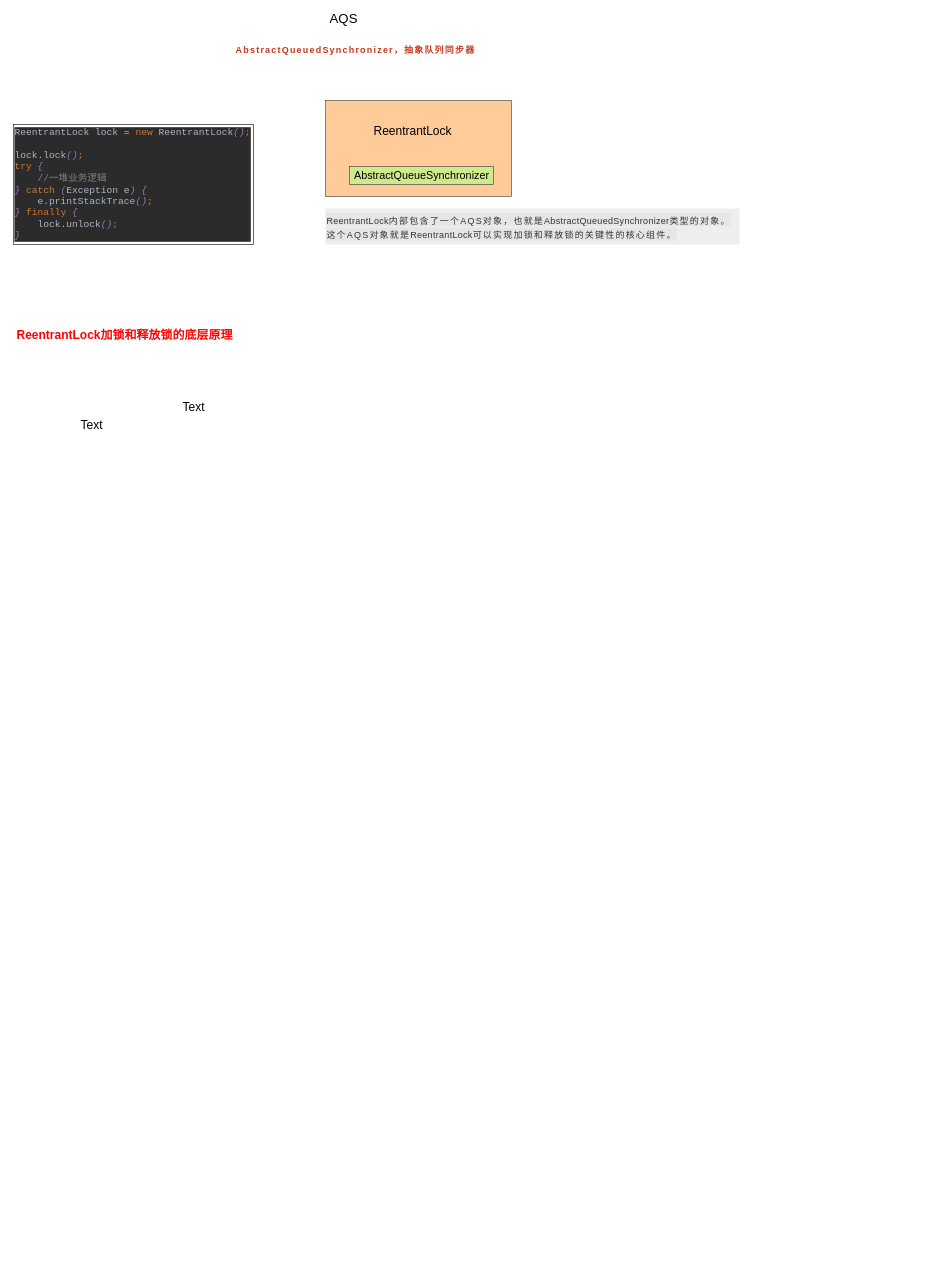
This is page "AQS" (7 of 7) of CI/CI/moeed.drawio from liudongdong0909/draw, a draw.io file, before an edit. Source tidied: cells renumbered, new cells numbered last; positions are measured from the earlier drawing's top-left corner, leaving out a move shared by most shapes. Both pictures are drawn from the tidied source at 60%, with x=0, y=0 at pixel (10, 10).
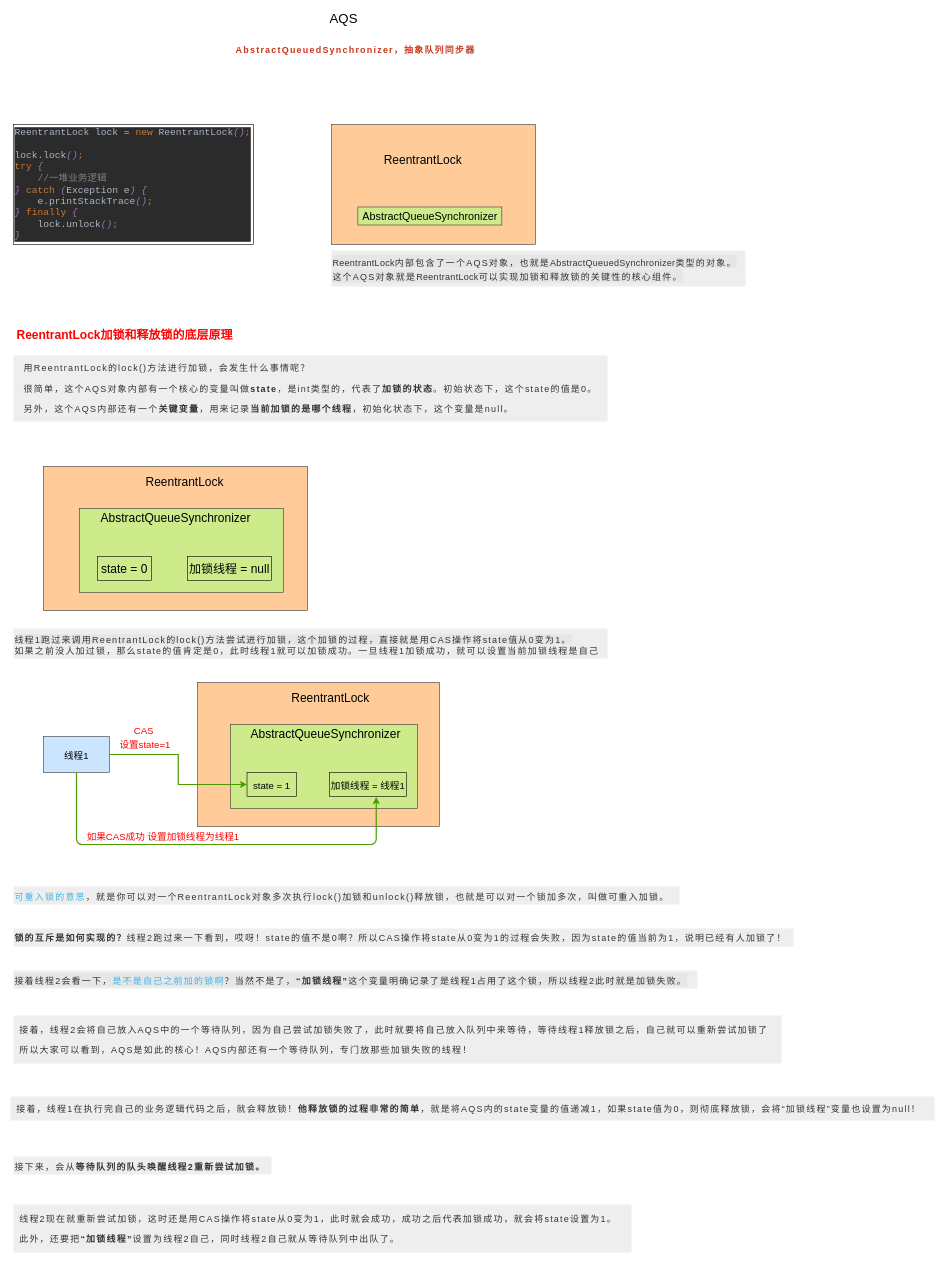
After the change.

Diff of the diagram source:
```diff
@@
     <mxCell id="5" style="group;" parent="1" vertex="1">
-      <mxGeometry x="525" y="150" width="310" height="160" as="geometry" />
+      <mxGeometry x="535" y="190" width="340" height="200" as="geometry" />
     </mxCell>
     <mxCell id="6" style="whiteSpace=wrap;html=1;fillColor=#ffcc99;fontSize=16;align=center;strokeColor=#36393d;" parent="5" vertex="1">
-      <mxGeometry width="310" height="160" as="geometry" />
+      <mxGeometry width="340" height="200" as="geometry" />
     </mxCell>
     <mxCell id="7" value="&lt;font style=&quot;font-size: 18px&quot;&gt;AbstractQueueSynchronizer&lt;/font&gt;" style="text;html=1;align=center;verticalAlign=middle;fontSize=16;fillColor=#cdeb8b;strokeColor=#36393d;" parent="5" vertex="1">
-      <mxGeometry x="40" y="110" width="240" height="30" as="geometry" />
+      <mxGeometry x="43.9" y="137.5" width="240" height="30" as="geometry" />
     </mxCell>
     <mxCell id="8" value="ReentrantLock" style="text;html=1;align=center;verticalAlign=middle;fontSize=20;fillColor=#ffcc99;" parent="5" vertex="1">
-      <mxGeometry x="70" y="35" width="150" height="30" as="geometry" />
+      <mxGeometry x="76.8" y="43.8" width="150" height="30" as="geometry" />
     </mxCell>
     <mxCell id="9" value="&lt;span style=&quot;background-color: rgb(230 , 230 , 230)&quot;&gt;&lt;span style=&quot;margin: 0px ; padding: 0px ; max-width: 100% ; color: rgb(51 , 51 , 51) ; font-size: 15px ; letter-spacing: 0.5px ; box-sizing: border-box ; overflow-wrap: break-word&quot;&gt;ReentrantLock&lt;/span&gt;&lt;span style=&quot;color: rgb(51 , 51 , 51) ; font-size: 15px ; letter-spacing: 2px&quot;&gt;内部包含了一个AQS对象，也就是&lt;/span&gt;&lt;span style=&quot;margin: 0px ; padding: 0px ; max-width: 100% ; color: rgb(51 , 51 , 51) ; font-size: 15px ; letter-spacing: 0.5px ; box-sizing: border-box ; overflow-wrap: break-word&quot;&gt;AbstractQueuedSynchronizer&lt;/span&gt;&lt;span style=&quot;color: rgb(51 , 51 , 51) ; font-size: 15px ; letter-spacing: 2px&quot;&gt;类型的对象。&lt;br&gt;这个AQS对象就是&lt;/span&gt;&lt;span style=&quot;margin: 0px ; padding: 0px ; max-width: 100% ; color: rgb(51 , 51 , 51) ; font-size: 15px ; letter-spacing: 0.5px ; box-sizing: border-box ; overflow-wrap: break-word&quot;&gt;ReentrantLock&lt;/span&gt;&lt;span style=&quot;color: rgb(51 , 51 , 51) ; font-size: 15px ; letter-spacing: 2px&quot;&gt;可以实现加锁和释放锁的关键性的核心组件。&lt;/span&gt;&lt;/span&gt;" style="text;html=1;align=left;verticalAlign=middle;fontSize=20;fillColor=#eeeeee;" parent="1" vertex="1">
-      <mxGeometry x="525" y="330" width="690" height="60" as="geometry" />
+      <mxGeometry x="535" y="400" width="690" height="60" as="geometry" />
     </mxCell>
@@
-    <mxCell id="11" value="&lt;font color=&quot;#000000&quot;&gt;Text&lt;/font&gt;" style="text;html=1;align=center;verticalAlign=middle;fontSize=20;fontColor=#FF0000;" parent="1" vertex="1">
-      <mxGeometry x="110" y="675" width="50" height="30" as="geometry" />
-    </mxCell>
-    <mxCell id="12" value="&lt;font color=&quot;#000000&quot;&gt;Text&lt;/font&gt;" style="text;html=1;align=center;verticalAlign=middle;fontSize=20;fontColor=#FF0000;" parent="1" vertex="1">
-      <mxGeometry x="280" y="645" width="50" height="30" as="geometry" />
-    </mxCell>
+    <mxCell id="13" value="&lt;p style=&quot;margin: 0px 8px ; padding: 0px ; max-width: 100% ; clear: both ; min-height: 1em ; color: rgb(51 , 51 , 51) ; font-family: , &amp;#34;blinkmacsystemfont&amp;#34; , &amp;#34;helvetica neue&amp;#34; , &amp;#34;pingfang sc&amp;#34; , &amp;#34;hiragino sans gb&amp;#34; , &amp;#34;microsoft yahei ui&amp;#34; , &amp;#34;microsoft yahei&amp;#34; , &amp;#34;arial&amp;#34; , sans-serif ; font-size: 17px ; letter-spacing: 0.621714px ; text-align: justify ; line-height: 2em ; box-sizing: border-box ; overflow-wrap: break-word&quot;&gt;&lt;span style=&quot;margin: 0px ; padding: 0px ; max-width: 100% ; box-sizing: border-box ; word-wrap: break-word ; font-size: 15px ; letter-spacing: 2px&quot;&gt;用ReentrantLock的lock()方法进行加锁，会发生什么事情呢？&lt;/span&gt;&lt;/p&gt;&lt;p style=&quot;margin: 0px 8px ; padding: 0px ; max-width: 100% ; clear: both ; min-height: 1em ; color: rgb(51 , 51 , 51) ; font-family: , &amp;#34;blinkmacsystemfont&amp;#34; , &amp;#34;helvetica neue&amp;#34; , &amp;#34;pingfang sc&amp;#34; , &amp;#34;hiragino sans gb&amp;#34; , &amp;#34;microsoft yahei ui&amp;#34; , &amp;#34;microsoft yahei&amp;#34; , &amp;#34;arial&amp;#34; , sans-serif ; font-size: 17px ; letter-spacing: 0.621714px ; text-align: justify ; line-height: 2em ; box-sizing: border-box ; overflow-wrap: break-word&quot;&gt;&lt;span style=&quot;margin: 0px ; padding: 0px ; max-width: 100% ; box-sizing: border-box ; word-wrap: break-word ; font-size: 15px ; letter-spacing: 2px&quot;&gt;很简单，这个AQS对象内部有一个核心的变量叫做&lt;strong style=&quot;margin: 0px ; padding: 0px ; max-width: 100% ; box-sizing: border-box ; word-wrap: break-word&quot;&gt;state&lt;/strong&gt;，是int类型的，代表了&lt;strong style=&quot;margin: 0px ; padding: 0px ; max-width: 100% ; box-sizing: border-box ; word-wrap: break-word&quot;&gt;加锁的状态&lt;/strong&gt;。初始状态下，这个state的值是0。&lt;/span&gt;&lt;/p&gt;&lt;p style=&quot;margin: 0px 8px ; padding: 0px ; max-width: 100% ; clear: both ; min-height: 1em ; color: rgb(51 , 51 , 51) ; font-family: , &amp;#34;blinkmacsystemfont&amp;#34; , &amp;#34;helvetica neue&amp;#34; , &amp;#34;pingfang sc&amp;#34; , &amp;#34;hiragino sans gb&amp;#34; , &amp;#34;microsoft yahei ui&amp;#34; , &amp;#34;microsoft yahei&amp;#34; , &amp;#34;arial&amp;#34; , sans-serif ; font-size: 17px ; letter-spacing: 0.621714px ; text-align: justify ; line-height: 2em ; box-sizing: border-box ; overflow-wrap: break-word&quot;&gt;&lt;span style=&quot;margin: 0px ; padding: 0px ; max-width: 100% ; box-sizing: border-box ; word-wrap: break-word ; font-size: 15px ; letter-spacing: 2px&quot;&gt;另外，这个AQS内部还有一个&lt;strong style=&quot;margin: 0px ; padding: 0px ; max-width: 100% ; box-sizing: border-box ; word-wrap: break-word&quot;&gt;关键变量&lt;/strong&gt;，用来记录&lt;strong style=&quot;margin: 0px ; padding: 0px ; max-width: 100% ; box-sizing: border-box ; word-wrap: break-word&quot;&gt;当前加锁的是哪个线程&lt;/strong&gt;，初始化状态下，这个变量是null。&lt;/span&gt;&lt;/p&gt;" style="text;html=1;align=center;verticalAlign=middle;fontSize=20;fillColor=#eeeeee;" parent="1" vertex="1">
+      <mxGeometry x="5" y="575" width="990" height="110" as="geometry" />
+    </mxCell>
+    <mxCell id="14" value="&lt;span style=&quot;color: rgb(51 , 51 , 51) ; font-size: 15px ; letter-spacing: 2px ; background-color: rgb(230 , 230 , 230)&quot;&gt;线程1跑过来调用ReentrantLock的lock()方法尝试进行加锁，这个加锁的过程，直接就是用CAS操作将state值从0变为1。&lt;br&gt;&lt;div&gt;如果之前没人加过锁，那么state的值肯定是0，此时线程1就可以加锁成功。一旦线程1加锁成功，就可以设置当前加锁线程是自己&lt;/div&gt;&lt;/span&gt;" style="text;html=1;align=left;verticalAlign=middle;fontSize=20;fillColor=#eeeeee;" parent="1" vertex="1">
+      <mxGeometry x="5" y="1030" width="990" height="50" as="geometry" />
+    </mxCell>
+    <mxCell id="15" style="group;" parent="1" vertex="1">
+      <mxGeometry x="55" y="760" width="440" height="240" as="geometry" />
+    </mxCell>
+    <mxCell id="16" style="group;" parent="15" vertex="1">
+      <mxGeometry width="440" height="240" as="geometry" />
+    </mxCell>
+    <mxCell id="17" style="whiteSpace=wrap;html=1;fillColor=#ffcc99;fontSize=16;align=center;strokeColor=#36393d;" parent="16" vertex="1">
+      <mxGeometry width="440" height="240" as="geometry" />
+    </mxCell>
+    <mxCell id="18" value="ReentrantLock" style="text;html=1;align=center;verticalAlign=middle;fontSize=20;fillColor=#ffcc99;" parent="16" vertex="1">
+      <mxGeometry x="160" y="10" width="150" height="30" as="geometry" />
+    </mxCell>
+    <mxCell id="19" style="whiteSpace=wrap;html=1;fillColor=#cdeb8b;fontSize=20;align=center;strokeColor=#36393d;" parent="16" vertex="1">
+      <mxGeometry x="60" y="70" width="340" height="140" as="geometry" />
+    </mxCell>
+    <mxCell id="20" value="&lt;span&gt;&lt;font color=&quot;#000000&quot;&gt;AbstractQueueSynchronizer&lt;/font&gt;&lt;/span&gt;" style="text;html=1;align=center;verticalAlign=middle;fontSize=20;fontColor=#FF0000;" parent="16" vertex="1">
+      <mxGeometry x="85" y="70" width="270" height="30" as="geometry" />
+    </mxCell>
+    <mxCell id="21" value="&lt;font color=&quot;#000000&quot;&gt;state = 0&lt;/font&gt;" style="whiteSpace=wrap;html=1;fillColor=none;fontSize=20;fontColor=#FF0000;align=center;" parent="16" vertex="1">
+      <mxGeometry x="90" y="150" width="90" height="40" as="geometry" />
+    </mxCell>
+    <mxCell id="22" value="&lt;font color=&quot;#000000&quot;&gt;加锁线程 = null&lt;/font&gt;" style="whiteSpace=wrap;html=1;fillColor=none;fontSize=20;fontColor=#FF0000;align=center;" parent="16" vertex="1">
+      <mxGeometry x="240" y="150" width="140" height="40" as="geometry" />
+    </mxCell>
+    <mxCell id="23" value="&lt;span style=&quot;margin: 0px; padding: 0px; max-width: 100%; letter-spacing: 2px; font-size: 15px; color: rgb(64, 179, 230); box-sizing: border-box; overflow-wrap: break-word;&quot;&gt;可重入锁的意思&lt;/span&gt;&lt;span style=&quot;margin: 0px; padding: 0px; max-width: 100%; color: rgb(51, 51, 51); letter-spacing: 2px; font-size: 15px; box-sizing: border-box; overflow-wrap: break-word;&quot;&gt;，就是你可以对一个ReentrantLock对象多次执行lock()加锁和unlock()释放锁，也就是可以对一个锁加多次，叫做可重入加锁。&lt;/span&gt;" style="text;html=1;align=left;verticalAlign=middle;fontSize=20;fillColor=#eeeeee;" parent="1" vertex="1">
+      <mxGeometry x="5" y="1460" width="1110" height="30" as="geometry" />
+    </mxCell>
+    <mxCell id="24" value="&lt;strong style=&quot;margin: 0px; padding: 0px; max-width: 100%; color: rgb(51, 51, 51); font-size: 17px; letter-spacing: 2px; box-sizing: border-box; overflow-wrap: break-word;&quot;&gt;&lt;span style=&quot;margin: 0px ; padding: 0px ; max-width: 100% ; font-size: 15px ; box-sizing: border-box ; overflow-wrap: break-word&quot;&gt;锁的互斥是如何实现的？&lt;/span&gt;&lt;/strong&gt;&lt;span style=&quot;margin: 0px; padding: 0px; max-width: 100%; color: rgb(51, 51, 51); letter-spacing: 2px; font-size: 15px; box-sizing: border-box; overflow-wrap: break-word;&quot;&gt;线程2跑过来一下看到，哎呀！state的值不是0啊？所以CAS操作将state从0变为1的过程会失败，因为state的值当前为1，说明已经有人加锁了！&lt;/span&gt;" style="text;html=1;align=left;verticalAlign=middle;fontSize=20;fillColor=#eeeeee;" parent="1" vertex="1">
+      <mxGeometry x="5" y="1530" width="1300" height="30" as="geometry" />
+    </mxCell>
+    <mxCell id="25" value="&lt;span style=&quot;background-color: rgb(230 , 230 , 230)&quot;&gt;&lt;span style=&quot;color: rgb(51, 51, 51); font-size: 15px; letter-spacing: 2px;&quot;&gt;接着线程2会看一下，&lt;/span&gt;&lt;span style=&quot;margin: 0px; padding: 0px; max-width: 100%; font-size: 15px; letter-spacing: 2px; color: rgb(64, 179, 230); box-sizing: border-box; overflow-wrap: break-word;&quot;&gt;是不是自己之前加的锁啊&lt;/span&gt;&lt;span style=&quot;color: rgb(51, 51, 51); font-size: 15px; letter-spacing: 2px;&quot;&gt;？当然不是了，&lt;/span&gt;&lt;strong style=&quot;margin: 0px; padding: 0px; max-width: 100%; color: rgb(51, 51, 51); font-size: 15px; letter-spacing: 2px; box-sizing: border-box; overflow-wrap: break-word;&quot;&gt;“加锁线程”&lt;/strong&gt;&lt;span style=&quot;color: rgb(51, 51, 51); font-size: 15px; letter-spacing: 2px;&quot;&gt;这个变量明确记录了是线程1占用了这个锁，所以线程2此时就是加锁失败。&lt;/span&gt;&lt;/span&gt;" style="text;html=1;align=left;verticalAlign=middle;fontSize=20;fillColor=#eeeeee;" parent="1" vertex="1">
+      <mxGeometry x="5" y="1600" width="1140" height="30" as="geometry" />
+    </mxCell>
+    <mxCell id="26" value="&lt;p style=&quot;margin: 0px 8px; padding: 0px; max-width: 100%; clear: both; min-height: 1em; color: rgb(51, 51, 51); font-size: 17px; letter-spacing: 0.621714px; line-height: 2em; box-sizing: border-box; overflow-wrap: break-word;&quot;&gt;&lt;span style=&quot;margin: 0px ; padding: 0px ; max-width: 100% ; box-sizing: border-box ; word-wrap: break-word ; font-size: 15px ; letter-spacing: 2px&quot;&gt;接着，线程2会将自己放入AQS中的一个等待队列，因为自己尝试加锁失败了，此时就要将自己放入队列中来等待，等待线程1释放锁之后，自己就可以重新尝试加锁了&lt;/span&gt;&lt;/p&gt;&lt;p style=&quot;margin: 0px 8px; padding: 0px; max-width: 100%; clear: both; min-height: 1em; color: rgb(51, 51, 51); font-size: 17px; letter-spacing: 0.621714px; line-height: 2em; box-sizing: border-box; overflow-wrap: break-word;&quot;&gt;&lt;span style=&quot;margin: 0px ; padding: 0px ; max-width: 100% ; box-sizing: border-box ; word-wrap: break-word ; font-size: 15px ; letter-spacing: 2px&quot;&gt;所以大家可以看到，AQS是如此的核心！AQS内部还有一个等待队列，专门放那些加锁失败的线程！&lt;/span&gt;&lt;/p&gt;" style="text;html=1;align=left;verticalAlign=middle;fontSize=20;fillColor=#eeeeee;" parent="1" vertex="1">
+      <mxGeometry x="5" y="1675" width="1280" height="80" as="geometry" />
+    </mxCell>
+    <mxCell id="27" value="&lt;p style=&quot;margin: 0px 8px; padding: 0px; max-width: 100%; clear: both; min-height: 1em; color: rgb(51, 51, 51); font-size: 17px; letter-spacing: 0.621714px; line-height: 2em; box-sizing: border-box; overflow-wrap: break-word;&quot;&gt;&lt;span style=&quot;margin: 0px ; padding: 0px ; max-width: 100% ; box-sizing: border-box ; word-wrap: break-word ; font-size: 15px ; letter-spacing: 2px&quot;&gt;接着，线程1在执行完自己的业务逻辑代码之后，就会释放锁！&lt;strong style=&quot;margin: 0px ; padding: 0px ; max-width: 100% ; box-sizing: border-box ; word-wrap: break-word&quot;&gt;他释放锁的过程非常的简单&lt;/strong&gt;，就是将AQS内的state变量的值递减1，如果state值为0，则彻底释放锁，会将“加锁线程”变量也设置为null！&lt;/span&gt;&lt;/p&gt;" style="text;html=1;align=left;verticalAlign=middle;fontSize=20;fillColor=#eeeeee;" parent="1" vertex="1">
+      <mxGeometry y="1810" width="1540" height="40" as="geometry" />
+    </mxCell>
+    <mxCell id="28" value="&lt;span style=&quot;margin: 0px; padding: 0px; max-width: 100%; color: rgb(51, 51, 51); letter-spacing: 2px; font-size: 15px; box-sizing: border-box; overflow-wrap: break-word;&quot;&gt;接下来，会从&lt;/span&gt;&lt;strong style=&quot;margin: 0px; padding: 0px; max-width: 100%; color: rgb(51, 51, 51); letter-spacing: 2px; font-size: 15px; box-sizing: border-box; overflow-wrap: break-word;&quot;&gt;等待队列的队头唤醒线程2重新尝试加锁。&lt;/strong&gt;" style="text;html=1;align=left;verticalAlign=middle;fontSize=20;fillColor=#eeeeee;" parent="1" vertex="1">
+      <mxGeometry x="5" y="1910" width="430" height="30" as="geometry" />
+    </mxCell>
+    <mxCell id="29" value="&lt;p style=&quot;margin: 0px 8px; padding: 0px; max-width: 100%; clear: both; min-height: 1em; color: rgb(51, 51, 51); font-size: 17px; letter-spacing: 0.621714px; line-height: 2em; box-sizing: border-box; overflow-wrap: break-word;&quot;&gt;&lt;span style=&quot;margin: 0px ; padding: 0px ; max-width: 100% ; box-sizing: border-box ; word-wrap: break-word ; font-size: 15px ; letter-spacing: 2px&quot;&gt;线程2现在就重新尝试加锁，这时还是用CAS操作将state从0变为1，此时就会成功，成功之后代表加锁成功，就会将state设置为1。&lt;/span&gt;&lt;/p&gt;&lt;p style=&quot;margin: 0px 8px; padding: 0px; max-width: 100%; clear: both; min-height: 1em; color: rgb(51, 51, 51); font-size: 17px; letter-spacing: 0.621714px; line-height: 2em; box-sizing: border-box; overflow-wrap: break-word;&quot;&gt;&lt;span style=&quot;margin: 0px ; padding: 0px ; max-width: 100% ; box-sizing: border-box ; word-wrap: break-word ; font-size: 15px ; letter-spacing: 2px&quot;&gt;此外，还要把&lt;strong style=&quot;margin: 0px ; padding: 0px ; max-width: 100% ; box-sizing: border-box ; word-wrap: break-word&quot;&gt;“加锁线程”&lt;/strong&gt;设置为线程2自己，同时线程2自己就从等待队列中出队了。&lt;/span&gt;&lt;/p&gt;" style="text;html=1;align=left;verticalAlign=middle;fontSize=20;fillColor=#eeeeee;" parent="1" vertex="1">
+      <mxGeometry x="5" y="1990" width="1030" height="80" as="geometry" />
+    </mxCell>
+    <mxCell id="30" style="group;" parent="1" vertex="1">
+      <mxGeometry x="55" y="1120" width="660" height="270" as="geometry" />
+    </mxCell>
+    <mxCell id="31" style="group;" parent="30" vertex="1">
+      <mxGeometry width="660" height="270" as="geometry" />
+    </mxCell>
+    <mxCell id="32" style="group;" parent="31" vertex="1">
+      <mxGeometry x="256.7" width="403.3" height="240" as="geometry" />
+    </mxCell>
+    <mxCell id="33" style="group;" parent="32" vertex="1">
+      <mxGeometry width="403.3" height="240" as="geometry" />
+    </mxCell>
+    <mxCell id="34" style="whiteSpace=wrap;html=1;fillColor=#ffcc99;fontSize=16;align=center;strokeColor=#36393d;" parent="33" vertex="1">
+      <mxGeometry width="403.3" height="240" as="geometry" />
+    </mxCell>
+    <mxCell id="35" value="ReentrantLock" style="text;html=1;align=center;verticalAlign=middle;fontSize=20;fillColor=#ffcc99;" parent="33" vertex="1">
+      <mxGeometry x="146.7" y="10" width="150" height="30" as="geometry" />
+    </mxCell>
+    <mxCell id="36" style="whiteSpace=wrap;html=1;fillColor=#cdeb8b;fontSize=20;align=center;strokeColor=#36393d;" parent="33" vertex="1">
+      <mxGeometry x="55" y="70" width="311.7" height="140" as="geometry" />
+    </mxCell>
+    <mxCell id="37" value="&lt;span&gt;&lt;font color=&quot;#000000&quot;&gt;AbstractQueueSynchronizer&lt;/font&gt;&lt;/span&gt;" style="text;html=1;align=center;verticalAlign=middle;fontSize=20;fontColor=#FF0000;" parent="33" vertex="1">
+      <mxGeometry x="77.9" y="70" width="270" height="30" as="geometry" />
+    </mxCell>
+    <mxCell id="38" value="&lt;font color=&quot;#000000&quot; style=&quot;font-size: 16px&quot;&gt;state = 1&lt;/font&gt;" style="whiteSpace=wrap;html=1;fillColor=none;fontSize=20;fontColor=#FF0000;align=center;" parent="33" vertex="1">
+      <mxGeometry x="82.5" y="150" width="82.5" height="40" as="geometry" />
+    </mxCell>
+    <mxCell id="39" value="&lt;font color=&quot;#000000&quot; style=&quot;font-size: 16px&quot;&gt;加锁线程 = 线程1&lt;/font&gt;" style="whiteSpace=wrap;html=1;fillColor=none;fontSize=20;fontColor=#FF0000;align=center;" parent="33" vertex="1">
+      <mxGeometry x="220" y="150" width="128.3" height="40" as="geometry" />
+    </mxCell>
+    <mxCell id="40" style="edgeStyle=orthogonalEdgeStyle;rounded=0;jettySize=auto;html=1;startArrow=none;startFill=0;endArrow=classic;endFill=1;strokeColor=#4D9900;strokeWidth=2;fontSize=20;fontColor=#FF0000;entryX=0;entryY=0.5;entryDx=0;entryDy=0;" parent="31" edge="1" source="41" target="38">
+      <mxGeometry relative="1" as="geometry" />
+    </mxCell>
+    <mxCell id="41" value="&lt;font style=&quot;font-size: 16px&quot;&gt;线程1&lt;/font&gt;" style="whiteSpace=wrap;html=1;fillColor=#cce5ff;fontSize=20;align=center;strokeColor=#36393d;" parent="31" vertex="1">
+      <mxGeometry y="90" width="110" height="60" as="geometry" />
+    </mxCell>
+    <mxCell id="42" value="&lt;font style=&quot;font-size: 16px&quot;&gt;CAS&amp;nbsp;&lt;br&gt;设置state=1&lt;br&gt;&lt;/font&gt;" style="text;html=1;align=center;verticalAlign=middle;fontSize=20;fontColor=#FF0000;" parent="31" vertex="1">
+      <mxGeometry x="119.2" y="60" width="100" height="60" as="geometry" />
+    </mxCell>
+    <mxCell id="43" style="endArrow=classic;html=1;strokeColor=#4D9900;strokeWidth=2;fontSize=20;fontColor=#FF0000;exitX=0.5;exitY=1;exitDx=0;exitDy=0;entryX=0.607;entryY=1.025;entryDx=0;entryDy=0;entryPerimeter=0;" parent="31" edge="1" source="41" target="39">
+      <mxGeometry relative="1" as="geometry">
+        <Array as="points">
+          <mxPoint x="55" y="270" />
+          <mxPoint x="554.6" y="270" />
+        </Array>
+      </mxGeometry>
+    </mxCell>
+    <mxCell id="44" value="&lt;font style=&quot;font-size: 16px&quot;&gt;如果CAS成功 设置加锁线程为线程1&lt;/font&gt;" style="text;html=1;align=center;verticalAlign=middle;fontSize=20;fontColor=#FF0000;" parent="31" vertex="1">
+      <mxGeometry x="64.2" y="240" width="270" height="30" as="geometry" />
+    </mxCell>
```
